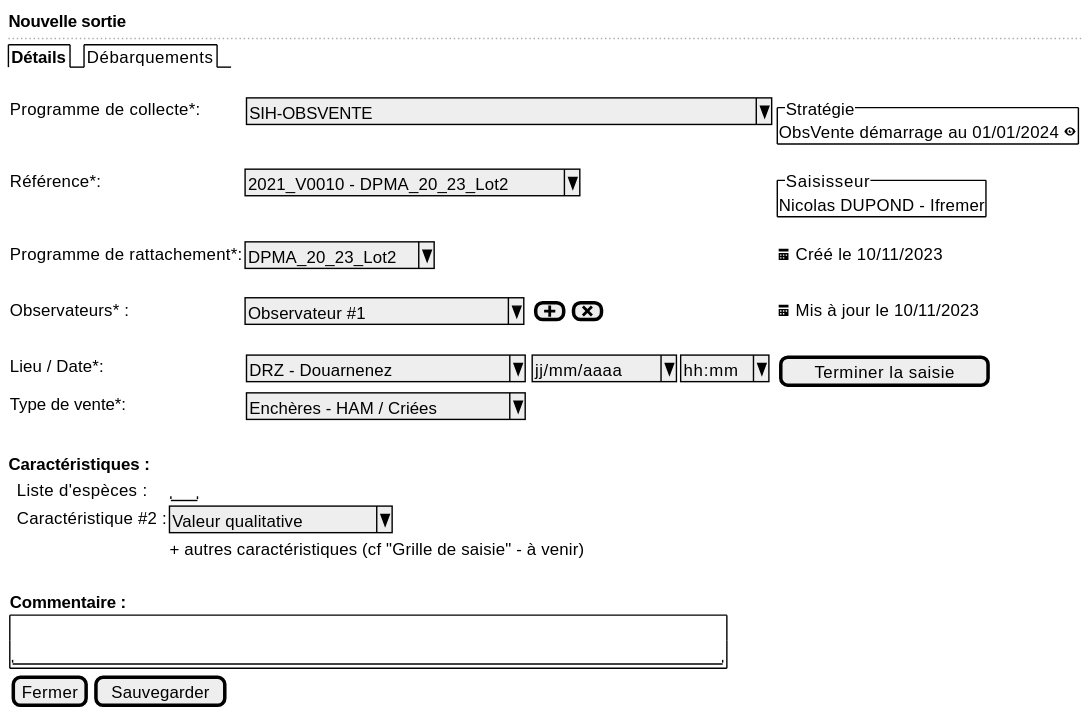
Before: projects/obsvente/spe/images/observed-location-new.svg, a diagram exported from PlantUML (sumaris-net/sumaris-doc).
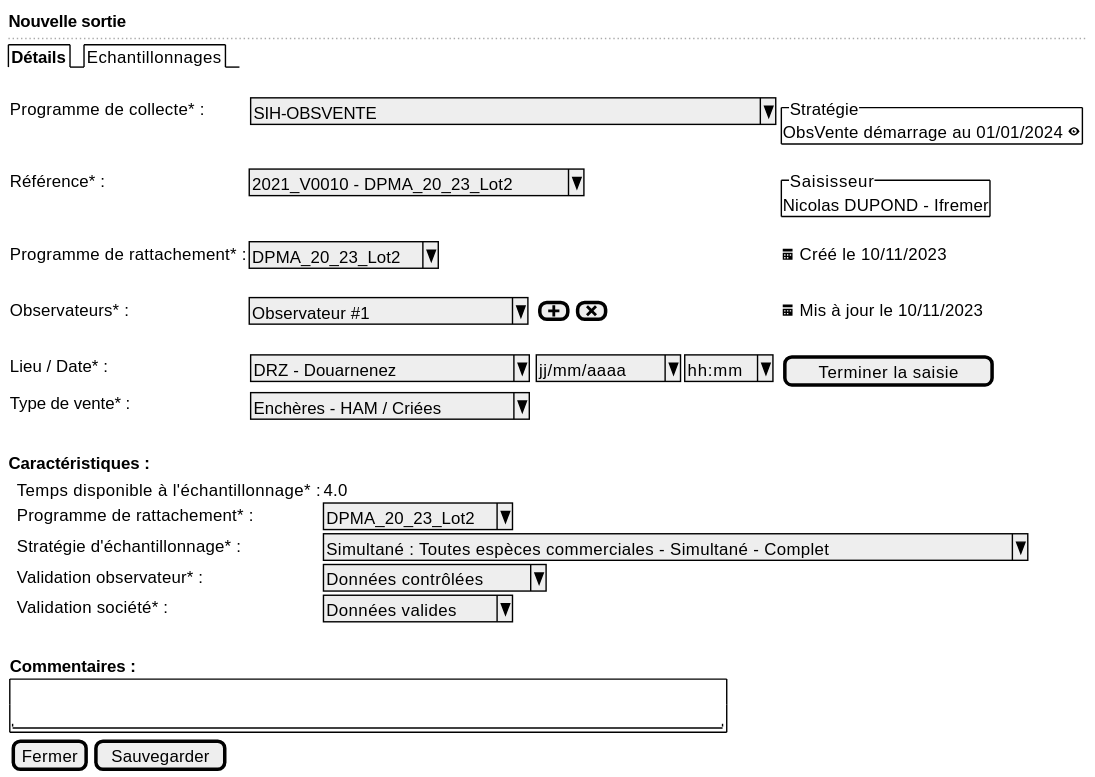
The same file after the commit.

Change to the diagram source:
```diff
@@ -2,36 +2,38 @@
 {
   <b>Nouvelle sortie
   ..
-  {/ <b>Détails | Débarquements }
+  {/ <b>Détails | Echantillonnages }
   .
   {
 
-      Programme de collecte*:    | { ^SIH-OBSVENTE                                 ^ } | * | {^"Stratégie"
+      Programme de collecte* :    | { ^SIH-OBSVENTE                                 ^ } | * | {^"Stratégie"
                                                                                               ObsVente démarrage au 01/01/2024 <&eye> }
 
-      Référence*: | ^2021_V0010 - DPMA_20_23_Lot2^ | * | {^"Saisisseur"
+      Référence* : | ^2021_V0010 - DPMA_20_23_Lot2^ | * | {^"Saisisseur"
                                                           Nicolas DUPOND - Ifremer  }
 
-      Programme de rattachement*: | ^DPMA_20_23_Lot2^ | * | <&calendar> Créé le 10/11/2023
+      Programme de rattachement* : | ^DPMA_20_23_Lot2^ | * | <&calendar> Créé le 10/11/2023
       .
       Observateurs* :            | ^ Observateur #1        ^ | { [<&plus>] | [<&x>] } | <&calendar> Mis à jour le 10/11/2023
       .
-      Lieu / Date*:     | { ^DRZ - Douarnenez       ^ } | { ^ jj/mm/aaaa^  |  ^ hh:mm^ } | [Terminer la saisie]
-      Type de vente*:   | { ^Enchères - HAM / Criées^}
+      Lieu / Date* :     | { ^DRZ - Douarnenez       ^ } | { ^ jj/mm/aaaa^  |  ^ hh:mm^ } | [Terminer la saisie]
+      Type de vente* :   | { ^Enchères - HAM / Criées^}
       .
   }
 
   <b>Caractéristiques :
 
   {
-      . | Liste d'espèces :      | "  "
-      . | Caractéristique #2 :  | ^Valeur qualitative^
-      . | .                     | + autres caractéristiques (cf "Grille de saisie" - à venir)
+      . | Temps disponible à l'échantillonnage* :| 4.0
+      . | Programme de rattachement* :   | ^DPMA_20_23_Lot2^
+      . | Stratégie d'échantillonnage* : | ^Simultané : Toutes espèces commerciales - Simultané - Complet^
+      . | Validation observateur* : | ^Données contrôlées^
+      . | Validation société* : | ^Données valides^
       . | .
   }
 
   {
-     <b>Commentaire :
+     <b>Commentaires :
 
      {+ .
         "                                                               "
```
